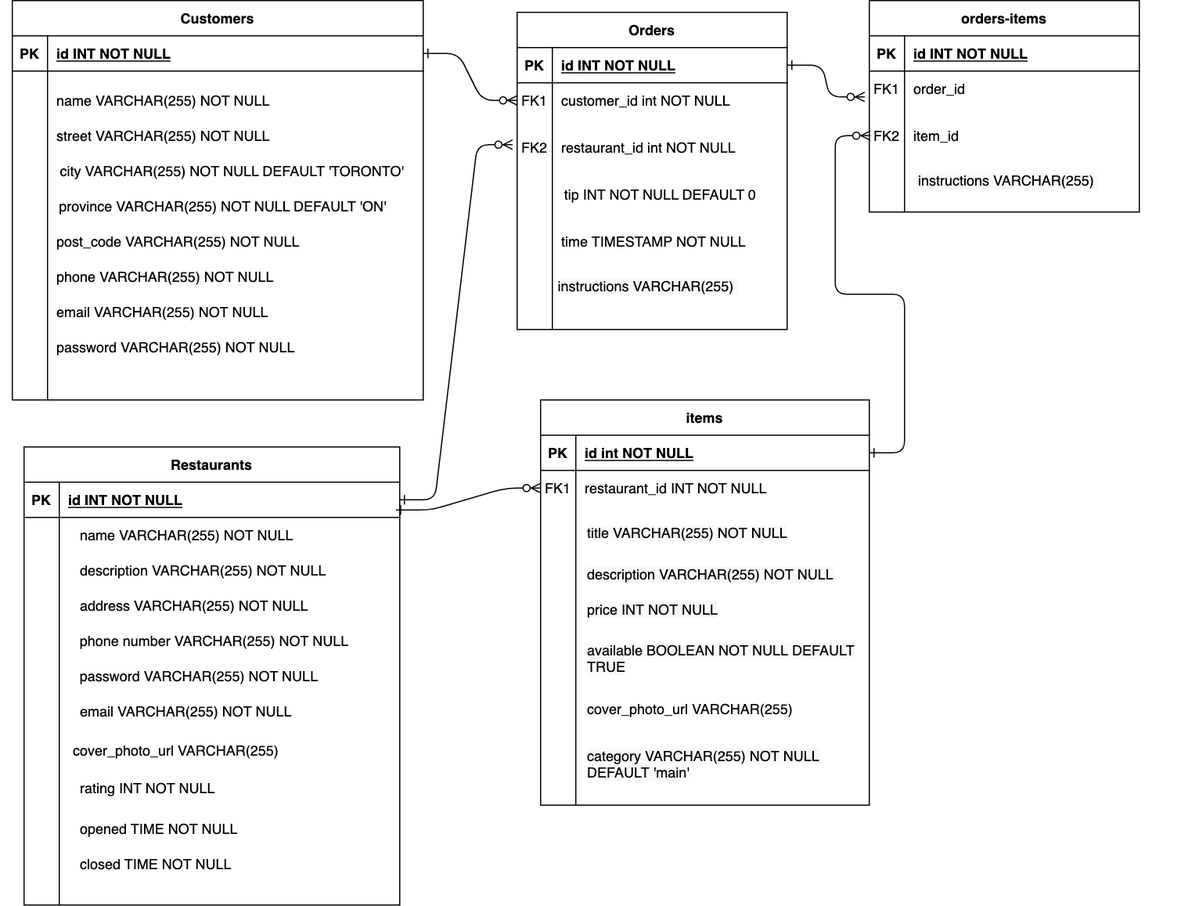
Earlier version of the draw.io export planning/foodAppERD.drawio.png (deuxp/food_pu_ordering). Source tidied: cells renumbered, new cells last; positions are measured from the earlier drawing's top-left corner, leaving out a move shared by most shapes.
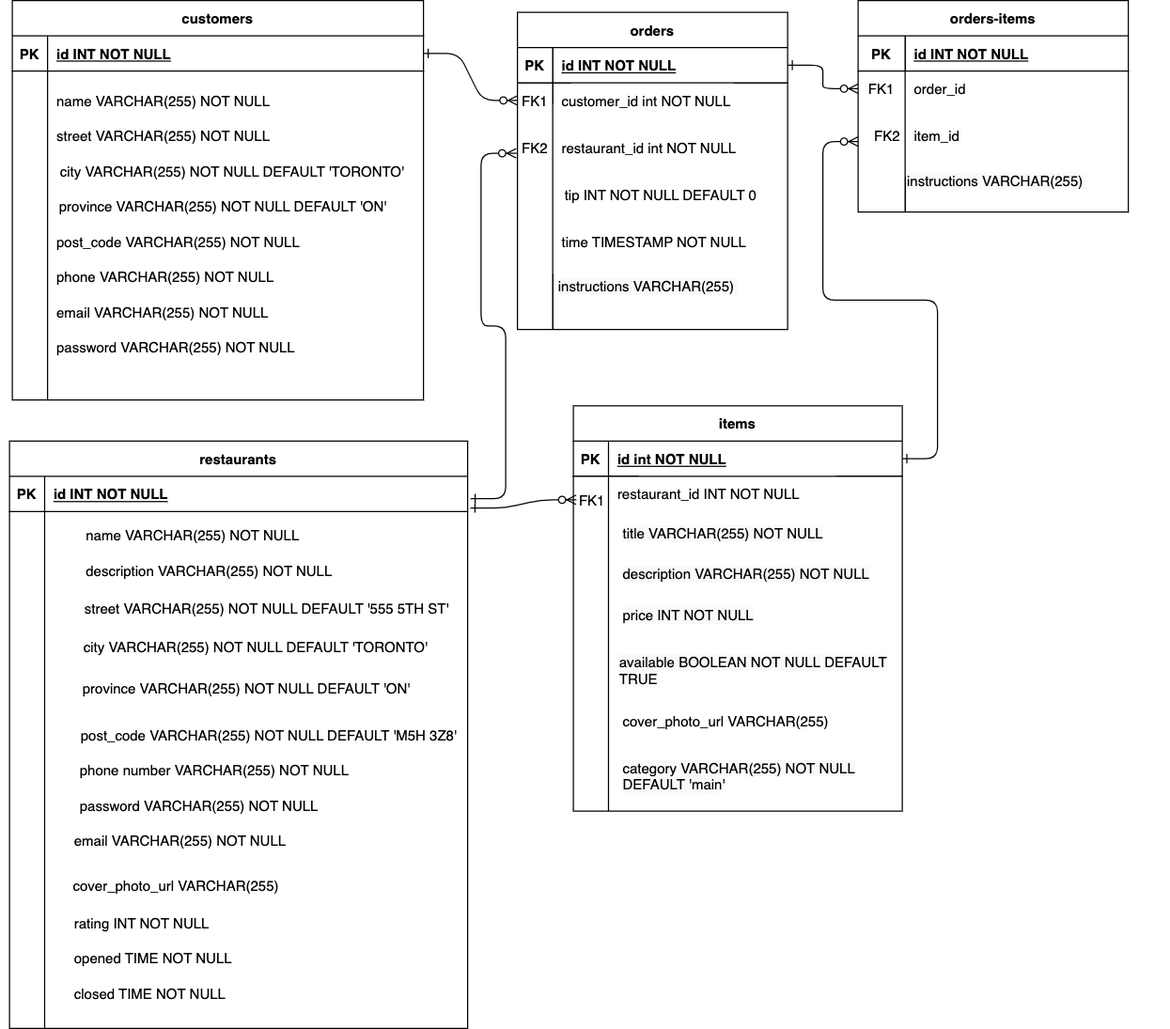
After the change.

Commit message:
update to address type fields in restaurant table

Diff of the diagram source:
```diff
@@ -7,3 +7,3 @@
     </mxCell>
-    <mxCell id="3" value="Orders" style="shape=table;startSize=30;rowLines=0;fontStyle=1;align=center;" parent="1" vertex="1">
+    <mxCell id="3" value="orders" style="shape=table;startSize=30;rowLines=0;fontStyle=1;align=center;" parent="1" vertex="1">
       <mxGeometry x="440" y="10" width="230" height="270" as="geometry" />
@@ -38,3 +38,3 @@
     <mxCell id="13" value="items" style="shape=table;startSize=30;rowLines=0;fontStyle=1;align=center;" parent="1" vertex="1">
-      <mxGeometry x="460" y="340" width="280" height="345" as="geometry" />
+      <mxGeometry x="487.5" y="345" width="280" height="345" as="geometry" />
     </mxCell>
@@ -67,3 +67,3 @@
     </mxCell>
-    <mxCell id="23" value="Customers" style="shape=table;startSize=30;rowLines=0;fontStyle=1;align=center;" parent="1" vertex="1">
+    <mxCell id="23" value="customers" style="shape=table;startSize=30;rowLines=0;fontStyle=1;align=center;" parent="1" vertex="1">
       <mxGeometry x="10" width="350" height="340" as="geometry" />
@@ -142,7 +142,7 @@
     </mxCell>
-    <mxCell id="48" value="Restaurants" style="shape=table;startSize=30;rowLines=0;fontStyle=1;align=center;" parent="1" vertex="1">
-      <mxGeometry x="20" y="380" width="320" height="390" as="geometry" />
+    <mxCell id="48" value="restaurants" style="shape=table;startSize=30;rowLines=0;fontStyle=1;align=center;" parent="1" vertex="1">
+      <mxGeometry x="7.5" y="375" width="390" height="500" as="geometry" />
     </mxCell>
     <mxCell id="49" style="shape=partialRectangle;fillColor=none;points=[[0,0.5],[1,0.5]];portConstraint=eastwest;top=0;left=0;right=0;bottom=1;" parent="48" vertex="1">
-      <mxGeometry y="30" width="320" height="30" as="geometry" />
+      <mxGeometry y="30" width="390" height="30" as="geometry" />
     </mxCell>
@@ -152,15 +152,15 @@
     <mxCell id="51" value="id INT NOT NULL " style="shape=partialRectangle;overflow=hidden;fillColor=none;top=0;left=0;bottom=0;right=0;align=left;spacingLeft=6;fontStyle=5;" parent="49" vertex="1">
-      <mxGeometry x="30" width="290" height="30" as="geometry" />
+      <mxGeometry x="30" width="360" height="30" as="geometry" />
     </mxCell>
     <mxCell id="52" style="shape=partialRectangle;fillColor=none;points=[[0,0.5],[1,0.5]];portConstraint=eastwest;top=0;left=0;right=0;bottom=0;" parent="48" vertex="1">
-      <mxGeometry y="60" width="320" height="330" as="geometry" />
+      <mxGeometry y="60" width="390" height="440" as="geometry" />
     </mxCell>
     <mxCell id="53" style="shape=partialRectangle;overflow=hidden;fillColor=none;top=0;left=0;bottom=0;right=0;" parent="52" vertex="1">
-      <mxGeometry width="30" height="330" as="geometry" />
+      <mxGeometry width="30" height="440" as="geometry" />
     </mxCell>
     <mxCell id="54" style="shape=partialRectangle;overflow=hidden;fillColor=none;top=0;left=0;bottom=0;right=0;align=left;spacingLeft=6;" parent="52" vertex="1">
-      <mxGeometry x="30" width="290" height="330" as="geometry" />
+      <mxGeometry x="30" width="360" height="440" as="geometry" />
     </mxCell>
     <mxCell id="55" style="shape=partialRectangle;fillColor=none;top=0;left=0;right=0;bottom=0;" parent="1" vertex="1">
-      <mxGeometry x="30" y="440" width="250" height="30" as="geometry" />
+      <mxGeometry x="35" y="440" width="250" height="30" as="geometry" />
     </mxCell>
@@ -172,13 +172,4 @@
     </mxCell>
-    <mxCell id="58" style="shape=partialRectangle;fillColor=none;top=0;left=0;right=0;bottom=0;" parent="1" vertex="1">
-      <mxGeometry x="30" y="500" width="250" height="30" as="geometry" />
-    </mxCell>
-    <mxCell id="59" style="shape=partialRectangle;overflow=hidden;fillColor=none;top=0;left=0;bottom=0;right=0;" parent="58" vertex="1">
-      <mxGeometry width="30" height="30" as="geometry" />
-    </mxCell>
-    <mxCell id="60" value="address VARCHAR(255) NOT NULL" style="shape=partialRectangle;overflow=hidden;fillColor=none;top=0;left=0;bottom=0;right=0;align=left;spacingLeft=6;" parent="58" vertex="1">
-      <mxGeometry x="30" width="220" height="30" as="geometry" />
-    </mxCell>
     <mxCell id="61" style="shape=partialRectangle;fillColor=none;top=0;left=0;right=0;bottom=0;" parent="1" vertex="1">
-      <mxGeometry x="30" y="590" width="250" height="30" as="geometry" />
+      <mxGeometry x="25" y="700" width="250" height="30" as="geometry" />
     </mxCell>
@@ -191,3 +182,3 @@
     <mxCell id="64" style="shape=partialRectangle;fillColor=none;top=0;left=0;right=0;bottom=0;" parent="1" vertex="1">
-      <mxGeometry x="30" y="720" width="250" height="30" as="geometry" />
+      <mxGeometry x="25" y="830" width="250" height="30" as="geometry" />
     </mxCell>
@@ -200,3 +191,3 @@
     <mxCell id="67" style="shape=partialRectangle;fillColor=none;top=0;left=0;right=0;bottom=0;" parent="1" vertex="1">
-      <mxGeometry x="30" y="470" width="250" height="30" as="geometry" />
+      <mxGeometry x="35" y="470" width="250" height="30" as="geometry" />
     </mxCell>
@@ -209,3 +200,3 @@
     <mxCell id="70" style="shape=partialRectangle;fillColor=none;top=0;left=0;right=0;bottom=0;" parent="1" vertex="1">
-      <mxGeometry x="25" y="530" width="290" height="30" as="geometry" />
+      <mxGeometry x="25" y="640" width="290" height="30" as="geometry" />
     </mxCell>
@@ -218,3 +209,3 @@
     <mxCell id="73" style="shape=partialRectangle;fillColor=none;top=0;left=0;right=0;bottom=0;" parent="1" vertex="1">
-      <mxGeometry x="20" y="700" width="250" height="30" as="geometry" />
+      <mxGeometry x="15" y="810" width="250" height="30" as="geometry" />
     </mxCell>
@@ -226,5 +217,2 @@
     </mxCell>
-    <mxCell id="76" style="edgeStyle=entityRelationEdgeStyle;endArrow=ERzeroToMany;startArrow=ERone;endFill=1;startFill=0;entryX=-0.017;entryY=0.126;entryDx=0;entryDy=0;entryPerimeter=0;exitX=1;exitY=0.5;exitDx=0;exitDy=0;" parent="1" edge="1" source="49" target="10">
-      <mxGeometry relative="1" as="geometry" />
-    </mxCell>
     <mxCell id="77" value="FK2" style="shape=partialRectangle;overflow=hidden;fillColor=none;top=0;left=0;bottom=0;right=0;" parent="1" vertex="1">
@@ -233,18 +221,13 @@
     <mxCell id="78" value="&lt;span style=&quot;color: rgb(0 , 0 , 0) ; font-family: &amp;#34;helvetica&amp;#34; ; font-size: 12px ; font-style: normal ; font-weight: 400 ; letter-spacing: normal ; text-align: left ; text-indent: 0px ; text-transform: none ; word-spacing: 0px ; background-color: rgb(248 , 249 , 250) ; display: inline ; float: none&quot;&gt;description VARCHAR(255) NOT NULL&lt;/span&gt;" style="text;whiteSpace=wrap;html=1;" parent="1" vertex="1">
-      <mxGeometry x="497.5" y="475" width="225" height="30" as="geometry" />
+      <mxGeometry x="527.5" y="475" width="225" height="30" as="geometry" />
     </mxCell>
     <mxCell id="79" value="&lt;span style=&quot;color: rgb(0 , 0 , 0) ; font-family: &amp;#34;helvetica&amp;#34; ; font-size: 12px ; font-style: normal ; font-weight: 400 ; letter-spacing: normal ; text-align: left ; text-indent: 0px ; text-transform: none ; word-spacing: 0px ; background-color: rgb(248 , 249 , 250) ; display: inline ; float: none&quot;&gt;price INT NOT NULL&lt;/span&gt;" style="text;whiteSpace=wrap;html=1;" parent="1" vertex="1">
-      <mxGeometry x="497.5" y="505" width="200" height="30" as="geometry" />
+      <mxGeometry x="527.5" y="510" width="200" height="30" as="geometry" />
     </mxCell>
     <mxCell id="80" value="&lt;span style=&quot;color: rgb(0 , 0 , 0) ; font-family: &amp;#34;helvetica&amp;#34; ; font-size: 12px ; font-style: normal ; font-weight: 400 ; letter-spacing: normal ; text-align: left ; text-indent: 0px ; text-transform: none ; word-spacing: 0px ; background-color: rgb(248 , 249 , 250) ; display: inline ; float: none&quot;&gt;title VARCHAR(255) NOT NULL&lt;/span&gt;" style="text;whiteSpace=wrap;html=1;" parent="1" vertex="1">
-      <mxGeometry x="497.5" y="440" width="200" height="30" as="geometry" />
+      <mxGeometry x="527.5" y="440" width="200" height="30" as="geometry" />
     </mxCell>
     <mxCell id="81" value="&lt;span style=&quot;color: rgb(0 , 0 , 0) ; font-family: &amp;#34;helvetica&amp;#34; ; font-size: 12px ; font-style: normal ; font-weight: 400 ; letter-spacing: normal ; text-align: left ; text-indent: 0px ; text-transform: none ; word-spacing: 0px ; background-color: rgb(248 , 249 , 250) ; display: inline ; float: none&quot;&gt;available BOOLEAN NOT NULL DEFAULT TRUE&lt;/span&gt;" style="text;whiteSpace=wrap;html=1;" parent="1" vertex="1">
-      <mxGeometry x="497.5" y="540" width="242.5" height="30" as="geometry" />
+      <mxGeometry x="525" y="550" width="242.5" height="30" as="geometry" />
     </mxCell>
-    <mxCell id="82" style="edgeStyle=entityRelationEdgeStyle;endArrow=ERzeroToMany;startArrow=ERone;endFill=1;startFill=0;exitX=0.99;exitY=-0.019;exitDx=0;exitDy=0;exitPerimeter=0;" parent="1" edge="1" source="52">
-      <mxGeometry relative="1" as="geometry">
-        <mxPoint x="460" y="415" as="targetPoint" />
-      </mxGeometry>
-    </mxCell>
     <mxCell id="83" value="FK2" style="shape=partialRectangle;overflow=hidden;fillColor=none;top=0;left=0;bottom=0;right=0;" parent="1" vertex="1">
@@ -253,3 +236,3 @@
     <mxCell id="84" value="orders-items" style="shape=table;startSize=30;rowLines=0;fontStyle=1;align=center;" parent="1" vertex="1">
-      <mxGeometry x="740" width="230" height="180" as="geometry" />
+      <mxGeometry x="730" width="230" height="180" as="geometry" />
     </mxCell>
@@ -259,6 +242,6 @@
     <mxCell id="86" value="PK" style="shape=partialRectangle;overflow=hidden;fillColor=none;top=0;left=0;bottom=0;right=0;fontStyle=1;" parent="85" vertex="1">
-      <mxGeometry width="30" height="30" as="geometry" />
+      <mxGeometry width="40" height="30" as="geometry" />
     </mxCell>
     <mxCell id="87" value="id INT NOT NULL " style="shape=partialRectangle;overflow=hidden;fillColor=none;top=0;left=0;bottom=0;right=0;align=left;spacingLeft=6;fontStyle=5;" parent="85" vertex="1">
-      <mxGeometry x="30" width="200" height="30" as="geometry" />
+      <mxGeometry x="40" width="190" height="30" as="geometry" />
     </mxCell>
@@ -268,6 +251,6 @@
     <mxCell id="89" value="FK1" style="shape=partialRectangle;overflow=hidden;fillColor=none;top=0;left=0;bottom=0;right=0;" parent="88" vertex="1">
-      <mxGeometry width="30" height="30" as="geometry" />
+      <mxGeometry width="40" height="30" as="geometry" />
     </mxCell>
     <mxCell id="90" value="order_id" style="shape=partialRectangle;overflow=hidden;fillColor=none;top=0;left=0;bottom=0;right=0;align=left;spacingLeft=6;" parent="88" vertex="1">
-      <mxGeometry x="30" width="200" height="30" as="geometry" />
+      <mxGeometry x="40" width="190" height="30" as="geometry" />
     </mxCell>
@@ -277,11 +260,11 @@
     <mxCell id="92" style="shape=partialRectangle;overflow=hidden;fillColor=none;top=0;left=0;bottom=0;right=0;" parent="91" vertex="1">
-      <mxGeometry width="30" height="90" as="geometry" />
+      <mxGeometry width="40" height="90" as="geometry" />
     </mxCell>
     <mxCell id="93" style="shape=partialRectangle;overflow=hidden;fillColor=none;top=0;left=0;bottom=0;right=0;align=left;spacingLeft=6;" parent="91" vertex="1">
-      <mxGeometry x="30" width="200" height="90" as="geometry" />
+      <mxGeometry x="40" width="190" height="90" as="geometry" />
     </mxCell>
     <mxCell id="94" value="item_id" style="shape=partialRectangle;overflow=hidden;fillColor=none;top=0;left=0;bottom=0;right=0;align=left;spacingLeft=6;" parent="1" vertex="1">
-      <mxGeometry x="770" y="100" width="200" height="30" as="geometry" />
+      <mxGeometry x="770" y="100" width="210" height="30" as="geometry" />
     </mxCell>
-    <mxCell id="95" style="edgeStyle=entityRelationEdgeStyle;endArrow=ERzeroToMany;startArrow=ERone;endFill=1;startFill=0;entryX=-0.017;entryY=0.733;entryDx=0;entryDy=0;entryPerimeter=0;" parent="1" edge="1" target="88">
+    <mxCell id="95" style="edgeStyle=entityRelationEdgeStyle;endArrow=ERzeroToMany;startArrow=ERone;endFill=1;startFill=0;entryX=0;entryY=0.5;entryDx=0;entryDy=0;" parent="1" edge="1" target="88">
       <mxGeometry relative="1" as="geometry">
@@ -291,3 +274,3 @@
     <mxCell id="96" value="&lt;font face=&quot;helvetica&quot;&gt;cover_photo_url VARCHAR(255)&lt;/font&gt;" style="text;whiteSpace=wrap;html=1;" parent="1" vertex="1">
-      <mxGeometry x="497.5" y="590" width="200" height="30" as="geometry" />
+      <mxGeometry x="527.5" y="600" width="200" height="30" as="geometry" />
     </mxCell>
@@ -297,12 +280,14 @@
     <mxCell id="98" value="FK1" style="shape=partialRectangle;overflow=hidden;fillColor=none;top=0;left=0;bottom=0;right=0;" parent="1" vertex="1">
-      <mxGeometry x="460" y="400" width="30" height="30" as="geometry" />
+      <mxGeometry x="488.8" y="410" width="30" height="30" as="geometry" />
     </mxCell>
     <mxCell id="99" value="&lt;span style=&quot;color: rgb(0 , 0 , 0) ; font-family: &amp;#34;helvetica&amp;#34; ; font-size: 12px ; font-style: normal ; font-weight: 400 ; letter-spacing: normal ; text-align: left ; text-indent: 0px ; text-transform: none ; word-spacing: 0px ; background-color: rgb(248 , 249 , 250) ; display: inline ; float: none&quot;&gt;category VARCHAR(255) NOT NULL DEFAULT 'main'&lt;/span&gt;" style="text;whiteSpace=wrap;html=1;" parent="1" vertex="1">
-      <mxGeometry x="497.5" y="630" width="225" height="30" as="geometry" />
+      <mxGeometry x="527.5" y="640" width="225" height="30" as="geometry" />
     </mxCell>
-    <mxCell id="100" style="edgeStyle=entityRelationEdgeStyle;endArrow=ERzeroToMany;startArrow=ERone;endFill=1;startFill=0;entryX=0.004;entryY=0.278;entryDx=0;entryDy=0;entryPerimeter=0;exitX=1;exitY=0.5;exitDx=0;exitDy=0;" parent="1" edge="1" source="14" target="91">
-      <mxGeometry relative="1" as="geometry" />
+    <mxCell id="100" style="edgeStyle=entityRelationEdgeStyle;endArrow=ERzeroToMany;startArrow=ERone;endFill=1;startFill=0;exitX=1;exitY=0.5;exitDx=0;exitDy=0;" parent="1" edge="1" source="14">
+      <mxGeometry relative="1" as="geometry">
+        <mxPoint x="730" y="120" as="targetPoint" />
+      </mxGeometry>
     </mxCell>
     <mxCell id="101" style="shape=partialRectangle;fillColor=none;top=0;left=0;right=0;bottom=0;" parent="1" vertex="1">
-      <mxGeometry x="30" y="655" width="250" height="30" as="geometry" />
+      <mxGeometry x="25" y="770" width="250" height="30" as="geometry" />
     </mxCell>
@@ -315,3 +300,3 @@
     <mxCell id="104" style="shape=partialRectangle;fillColor=none;top=0;left=0;right=0;bottom=0;" parent="1" vertex="1">
-      <mxGeometry x="25" y="560" width="290" height="30" as="geometry" />
+      <mxGeometry x="25" y="670" width="290" height="30" as="geometry" />
     </mxCell>
@@ -324,3 +309,3 @@
     <mxCell id="107" value="&lt;font face=&quot;helvetica&quot;&gt;cover_photo_url VARCHAR(255)&lt;/font&gt;" style="text;whiteSpace=wrap;html=1;" parent="1" vertex="1">
-      <mxGeometry x="60" y="625" width="200" height="30" as="geometry" />
+      <mxGeometry x="60" y="740" width="200" height="30" as="geometry" />
     </mxCell>
@@ -330,3 +315,3 @@
     <mxCell id="109" value="&lt;span style=&quot;color: rgb(0 , 0 , 0) ; font-family: &amp;#34;helvetica&amp;#34; ; font-size: 12px ; font-style: normal ; font-weight: 400 ; letter-spacing: normal ; text-align: left ; text-indent: 0px ; text-transform: none ; word-spacing: 0px ; background-color: rgb(248 , 249 , 250) ; display: inline ; float: none&quot;&gt;instructions VARCHAR(255)&amp;nbsp;&lt;/span&gt;" style="text;whiteSpace=wrap;html=1;" parent="1" vertex="1">
-      <mxGeometry x="780" y="140" width="225" height="30" as="geometry" />
+      <mxGeometry x="770" y="140" width="225" height="30" as="geometry" />
     </mxCell>
@@ -359,2 +344,52 @@
     </mxCell>
+    <mxCell id="119" style="shape=partialRectangle;fillColor=none;top=0;left=0;right=0;bottom=0;" parent="1" vertex="1">
+      <mxGeometry x="20" y="535" width="350" height="30" as="geometry" />
+    </mxCell>
+    <mxCell id="120" style="shape=partialRectangle;overflow=hidden;fillColor=none;top=0;left=0;bottom=0;right=0;" parent="119" vertex="1">
+      <mxGeometry width="42" height="30" as="geometry" />
+    </mxCell>
+    <mxCell id="121" value="city VARCHAR(255) NOT NULL DEFAULT 'TORONTO'" style="shape=partialRectangle;overflow=hidden;fillColor=none;top=0;left=0;bottom=0;right=0;align=left;spacingLeft=6;" parent="119" vertex="1">
+      <mxGeometry x="43" width="308" height="30" as="geometry" />
+    </mxCell>
+    <mxCell id="122" style="shape=partialRectangle;fillColor=none;top=0;left=0;right=0;bottom=0;" parent="1" vertex="1">
+      <mxGeometry x="20" y="505" width="365" height="25" as="geometry" />
+    </mxCell>
+    <mxCell id="123" style="shape=partialRectangle;overflow=hidden;fillColor=none;top=0;left=0;bottom=0;right=0;" parent="122" vertex="1">
+      <mxGeometry width="43.8" height="25" as="geometry" />
+    </mxCell>
+    <mxCell id="124" value="street VARCHAR(255) NOT NULL DEFAULT '555 5TH ST'" style="shape=partialRectangle;overflow=hidden;fillColor=none;top=0;left=0;bottom=0;right=0;align=left;spacingLeft=6;" parent="122" vertex="1">
+      <mxGeometry x="43.8" width="321.2" height="25" as="geometry" />
+    </mxCell>
+    <mxCell id="125" style="shape=partialRectangle;fillColor=none;top=0;left=0;right=0;bottom=0;fontSize=12;" parent="1" vertex="1">
+      <mxGeometry x="25" y="570" width="340" height="30" as="geometry" />
+    </mxCell>
+    <mxCell id="126" style="shape=partialRectangle;overflow=hidden;fillColor=none;top=0;left=0;bottom=0;right=0;" parent="125" vertex="1">
+      <mxGeometry width="37.2" height="30" as="geometry" />
+    </mxCell>
+    <mxCell id="127" value="province VARCHAR(255) NOT NULL DEFAULT 'ON'" style="shape=partialRectangle;overflow=hidden;fillColor=none;top=0;left=0;bottom=0;right=0;align=left;spacingLeft=6;" parent="125" vertex="1">
+      <mxGeometry x="37.2" width="302.8" height="30" as="geometry" />
+    </mxCell>
+    <mxCell id="128" style="shape=partialRectangle;fillColor=none;top=0;left=0;right=0;bottom=0;" parent="1" vertex="1">
+      <mxGeometry x="15" y="610" width="380" height="30" as="geometry" />
+    </mxCell>
+    <mxCell id="129" style="shape=partialRectangle;overflow=hidden;fillColor=none;top=0;left=0;bottom=0;right=0;" parent="128" vertex="1">
+      <mxGeometry width="45.6" height="30" as="geometry" />
+    </mxCell>
+    <mxCell id="130" value="post_code VARCHAR(255) NOT NULL DEFAULT 'M5H 3Z8'" style="shape=partialRectangle;overflow=hidden;fillColor=none;top=0;left=0;bottom=0;right=0;align=left;spacingLeft=6;" parent="128" vertex="1">
+      <mxGeometry x="45.6" width="334.4" height="30" as="geometry" />
+    </mxCell>
+    <mxCell id="131" style="edgeStyle=entityRelationEdgeStyle;endArrow=ERzeroToMany;startArrow=ERone;endFill=1;startFill=0;" parent="1" edge="1">
+      <mxGeometry relative="1" as="geometry">
+        <mxPoint x="400" y="424" as="sourcePoint" />
+        <mxPoint x="439" y="130" as="targetPoint" />
+      </mxGeometry>
+    </mxCell>
+    <mxCell id="132" style="edgeStyle=entityRelationEdgeStyle;endArrow=ERzeroToMany;startArrow=ERone;endFill=1;startFill=0;exitX=1.006;exitY=-0.007;exitDx=0;exitDy=0;exitPerimeter=0;" parent="1" edge="1" source="52">
+      <mxGeometry relative="1" as="geometry">
+        <mxPoint x="490" y="425" as="targetPoint" />
+      </mxGeometry>
+    </mxCell>
+    <mxCell id="133" style="shape=partialRectangle;overflow=hidden;fillColor=none;top=0;left=0;bottom=0;right=0;" parent="1" vertex="1">
+      <mxGeometry x="900" y="210" width="40" height="90" as="geometry" />
+    </mxCell>
   </root>
```
